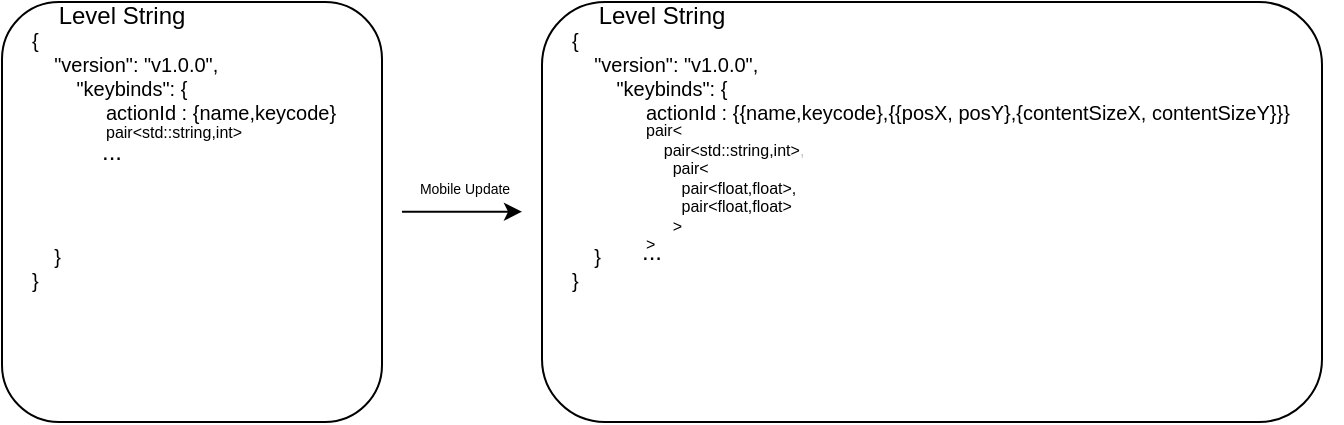
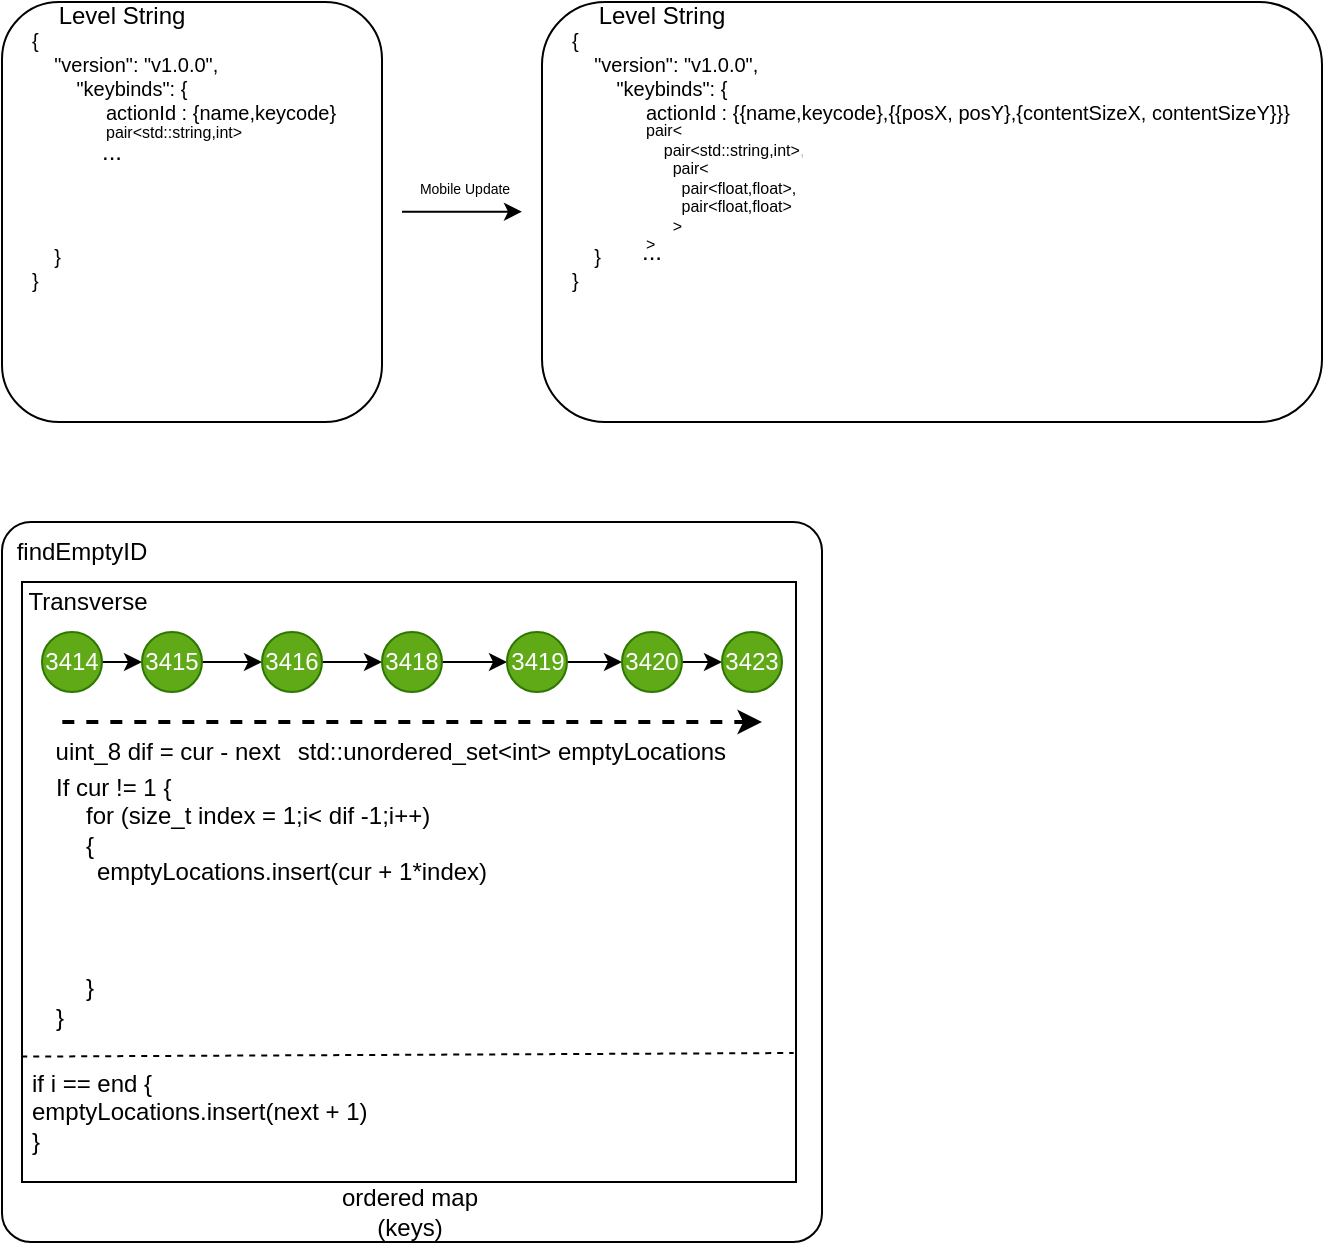
<mxfile host="65bd71144e">
    <diagram id="LaKSBwjnpNd_jynjfxF8" name="Page-1">
-         <mxGraphModel dx="487" dy="256" grid="1" gridSize="10" guides="1" tooltips="1" connect="1" arrows="1" fold="1" page="1" pageScale="1" pageWidth="850" pageHeight="1100" math="0" shadow="0">
+         <mxGraphModel dx="575" dy="303" grid="1" gridSize="10" guides="1" tooltips="1" connect="1" arrows="1" fold="1" page="1" pageScale="1" pageWidth="850" pageHeight="1100" math="0" shadow="0">
            <root>
                <mxCell id="0"/>
                <mxCell id="1" parent="0"/>
-                 <mxCell id="2" value="" style="rounded=1;whiteSpace=wrap;html=1;" vertex="1" parent="1">
+                 <mxCell id="2" value="" style="rounded=1;whiteSpace=wrap;html=1;" parent="1" vertex="1">
                    <mxGeometry x="260" y="100" width="190" height="210" as="geometry"/>
                </mxCell>
-                 <mxCell id="3" value="Level String" style="text;html=1;align=center;verticalAlign=middle;whiteSpace=wrap;rounded=0;" vertex="1" parent="1">
+                 <mxCell id="3" value="Level String" style="text;html=1;align=center;verticalAlign=middle;whiteSpace=wrap;rounded=0;" parent="1" vertex="1">
                    <mxGeometry x="270" y="102" width="100" height="10" as="geometry"/>
                </mxCell>
-                 <mxCell id="4" value="&lt;div&gt;&lt;font&gt;{&lt;/font&gt;&lt;/div&gt;&lt;div&gt;&lt;font&gt;&amp;nbsp; &amp;nbsp; &quot;version&quot;: &quot;v1.0.0&quot;,&lt;/font&gt;&lt;/div&gt;&lt;div&gt;&lt;font&gt;&amp;nbsp; &amp;nbsp; &amp;nbsp; &amp;nbsp; &quot;keybinds&quot;: {&lt;/font&gt;&lt;/div&gt;&lt;div&gt;&lt;font&gt;&lt;br&gt;&lt;/font&gt;&lt;/div&gt;&lt;div&gt;&lt;font&gt;&lt;br&gt;&lt;/font&gt;&lt;/div&gt;&lt;div&gt;&lt;font&gt;&lt;br&gt;&lt;/font&gt;&lt;/div&gt;&lt;div&gt;&lt;font&gt;&lt;br&gt;&lt;/font&gt;&lt;/div&gt;&lt;div&gt;&lt;font&gt;&lt;br&gt;&lt;/font&gt;&lt;/div&gt;&lt;div&gt;&lt;font&gt;&lt;br&gt;&lt;/font&gt;&lt;/div&gt;&lt;div&gt;&lt;font&gt;&amp;nbsp; &amp;nbsp; }&lt;/font&gt;&lt;/div&gt;&lt;div&gt;&lt;font&gt;}&lt;/font&gt;&lt;/div&gt;&lt;div&gt;&lt;font&gt;&amp;nbsp; &amp;nbsp; &amp;nbsp; &amp;nbsp; &amp;nbsp; &amp;nbsp;&amp;nbsp;&lt;/font&gt;&lt;/div&gt;" style="text;html=1;align=left;verticalAlign=middle;whiteSpace=wrap;rounded=0;fontColor=light-dark(#000000,#FFFFFF);fontSize=10;" vertex="1" parent="1">
+                 <mxCell id="4" value="&lt;div&gt;&lt;font&gt;{&lt;/font&gt;&lt;/div&gt;&lt;div&gt;&lt;font&gt;&amp;nbsp; &amp;nbsp; &quot;version&quot;: &quot;v1.0.0&quot;,&lt;/font&gt;&lt;/div&gt;&lt;div&gt;&lt;font&gt;&amp;nbsp; &amp;nbsp; &amp;nbsp; &amp;nbsp; &quot;keybinds&quot;: {&lt;/font&gt;&lt;/div&gt;&lt;div&gt;&lt;font&gt;&lt;br&gt;&lt;/font&gt;&lt;/div&gt;&lt;div&gt;&lt;font&gt;&lt;br&gt;&lt;/font&gt;&lt;/div&gt;&lt;div&gt;&lt;font&gt;&lt;br&gt;&lt;/font&gt;&lt;/div&gt;&lt;div&gt;&lt;font&gt;&lt;br&gt;&lt;/font&gt;&lt;/div&gt;&lt;div&gt;&lt;font&gt;&lt;br&gt;&lt;/font&gt;&lt;/div&gt;&lt;div&gt;&lt;font&gt;&lt;br&gt;&lt;/font&gt;&lt;/div&gt;&lt;div&gt;&lt;font&gt;&amp;nbsp; &amp;nbsp; }&lt;/font&gt;&lt;/div&gt;&lt;div&gt;&lt;font&gt;}&lt;/font&gt;&lt;/div&gt;&lt;div&gt;&lt;font&gt;&amp;nbsp; &amp;nbsp; &amp;nbsp; &amp;nbsp; &amp;nbsp; &amp;nbsp;&amp;nbsp;&lt;/font&gt;&lt;/div&gt;" style="text;html=1;align=left;verticalAlign=middle;whiteSpace=wrap;rounded=0;fontColor=light-dark(#000000,#FFFFFF);fontSize=10;" parent="1" vertex="1">
                    <mxGeometry x="272.5" y="180" width="165" height="10" as="geometry"/>
                </mxCell>
-                 <mxCell id="5" value="actionId : {name,keycode}" style="text;html=1;align=left;verticalAlign=middle;whiteSpace=wrap;rounded=0;fontSize=10;" vertex="1" parent="1">
+                 <mxCell id="5" value="actionId : {name,keycode}" style="text;html=1;align=left;verticalAlign=middle;whiteSpace=wrap;rounded=0;fontSize=10;" parent="1" vertex="1">
                    <mxGeometry x="310" y="150" width="155" height="10" as="geometry"/>
                </mxCell>
-                 <mxCell id="6" value="pair&amp;lt;std::string,int&amp;gt;" style="text;html=1;align=left;verticalAlign=middle;whiteSpace=wrap;rounded=0;fontSize=8;fontColor=light-dark(#000000,#999999);" vertex="1" parent="1">
+                 <mxCell id="6" value="pair&amp;lt;std::string,int&amp;gt;" style="text;html=1;align=left;verticalAlign=middle;whiteSpace=wrap;rounded=0;fontSize=8;fontColor=light-dark(#000000,#999999);" parent="1" vertex="1">
                    <mxGeometry x="310" y="160" width="155" height="10" as="geometry"/>
                </mxCell>
-                 <mxCell id="7" value="..." style="text;html=1;align=center;verticalAlign=middle;whiteSpace=wrap;rounded=0;" vertex="1" parent="1">
+                 <mxCell id="7" value="..." style="text;html=1;align=center;verticalAlign=middle;whiteSpace=wrap;rounded=0;" parent="1" vertex="1">
                    <mxGeometry x="310" y="160" width="10" height="30" as="geometry"/>
                </mxCell>
-                 <mxCell id="8" value="" style="endArrow=classic;html=1;" edge="1" parent="1">
+                 <mxCell id="8" value="" style="endArrow=classic;html=1;" parent="1" edge="1">
                    <mxGeometry width="50" height="50" relative="1" as="geometry">
                        <mxPoint x="460" y="204.85999999999999" as="sourcePoint"/>
                        <mxPoint x="520" y="204.85999999999999" as="targetPoint"/>
                    </mxGeometry>
                </mxCell>
-                 <mxCell id="9" value="Mobile Update" style="edgeLabel;html=1;align=center;verticalAlign=middle;resizable=0;points=[];fontSize=7;" vertex="1" connectable="0" parent="8">
+                 <mxCell id="9" value="Mobile Update" style="edgeLabel;html=1;align=center;verticalAlign=middle;resizable=0;points=[];fontSize=7;" parent="8" vertex="1" connectable="0">
                    <mxGeometry x="0.0143" relative="1" as="geometry">
                        <mxPoint y="-11" as="offset"/>
                    </mxGeometry>
                </mxCell>
-                 <mxCell id="10" value="" style="rounded=1;whiteSpace=wrap;html=1;" vertex="1" parent="1">
+                 <mxCell id="10" value="" style="rounded=1;whiteSpace=wrap;html=1;" parent="1" vertex="1">
                    <mxGeometry x="530" y="100" width="390" height="210" as="geometry"/>
                </mxCell>
-                 <mxCell id="11" value="Level String" style="text;html=1;align=center;verticalAlign=middle;whiteSpace=wrap;rounded=0;" vertex="1" parent="1">
+                 <mxCell id="11" value="Level String" style="text;html=1;align=center;verticalAlign=middle;whiteSpace=wrap;rounded=0;" parent="1" vertex="1">
                    <mxGeometry x="540" y="102" width="100" height="10" as="geometry"/>
                </mxCell>
-                 <mxCell id="12" value="&lt;div&gt;&lt;font&gt;{&lt;/font&gt;&lt;/div&gt;&lt;div&gt;&lt;font&gt;&amp;nbsp; &amp;nbsp; &quot;version&quot;: &quot;v1.0.0&quot;,&lt;/font&gt;&lt;/div&gt;&lt;div&gt;&lt;font&gt;&amp;nbsp; &amp;nbsp; &amp;nbsp; &amp;nbsp; &quot;keybinds&quot;: {&lt;/font&gt;&lt;/div&gt;&lt;div&gt;&lt;font&gt;&lt;br&gt;&lt;/font&gt;&lt;/div&gt;&lt;div&gt;&lt;font&gt;&lt;br&gt;&lt;/font&gt;&lt;/div&gt;&lt;div&gt;&lt;font&gt;&lt;br&gt;&lt;/font&gt;&lt;/div&gt;&lt;div&gt;&lt;font&gt;&lt;br&gt;&lt;/font&gt;&lt;/div&gt;&lt;div&gt;&lt;font&gt;&lt;br&gt;&lt;/font&gt;&lt;/div&gt;&lt;div&gt;&lt;font&gt;&lt;br&gt;&lt;/font&gt;&lt;/div&gt;&lt;div&gt;&lt;font&gt;&amp;nbsp; &amp;nbsp; }&lt;/font&gt;&lt;/div&gt;&lt;div&gt;&lt;font&gt;}&lt;/font&gt;&lt;/div&gt;&lt;div&gt;&lt;font&gt;&amp;nbsp; &amp;nbsp; &amp;nbsp; &amp;nbsp; &amp;nbsp; &amp;nbsp;&amp;nbsp;&lt;/font&gt;&lt;/div&gt;" style="text;html=1;align=left;verticalAlign=middle;whiteSpace=wrap;rounded=0;fontColor=light-dark(#000000,#FFFFFF);fontSize=10;" vertex="1" parent="1">
+                 <mxCell id="12" value="&lt;div&gt;&lt;font&gt;{&lt;/font&gt;&lt;/div&gt;&lt;div&gt;&lt;font&gt;&amp;nbsp; &amp;nbsp; &quot;version&quot;: &quot;v1.0.0&quot;,&lt;/font&gt;&lt;/div&gt;&lt;div&gt;&lt;font&gt;&amp;nbsp; &amp;nbsp; &amp;nbsp; &amp;nbsp; &quot;keybinds&quot;: {&lt;/font&gt;&lt;/div&gt;&lt;div&gt;&lt;font&gt;&lt;br&gt;&lt;/font&gt;&lt;/div&gt;&lt;div&gt;&lt;font&gt;&lt;br&gt;&lt;/font&gt;&lt;/div&gt;&lt;div&gt;&lt;font&gt;&lt;br&gt;&lt;/font&gt;&lt;/div&gt;&lt;div&gt;&lt;font&gt;&lt;br&gt;&lt;/font&gt;&lt;/div&gt;&lt;div&gt;&lt;font&gt;&lt;br&gt;&lt;/font&gt;&lt;/div&gt;&lt;div&gt;&lt;font&gt;&lt;br&gt;&lt;/font&gt;&lt;/div&gt;&lt;div&gt;&lt;font&gt;&amp;nbsp; &amp;nbsp; }&lt;/font&gt;&lt;/div&gt;&lt;div&gt;&lt;font&gt;}&lt;/font&gt;&lt;/div&gt;&lt;div&gt;&lt;font&gt;&amp;nbsp; &amp;nbsp; &amp;nbsp; &amp;nbsp; &amp;nbsp; &amp;nbsp;&amp;nbsp;&lt;/font&gt;&lt;/div&gt;" style="text;html=1;align=left;verticalAlign=middle;whiteSpace=wrap;rounded=0;fontColor=light-dark(#000000,#FFFFFF);fontSize=10;" parent="1" vertex="1">
                    <mxGeometry x="542.5" y="180" width="165" height="10" as="geometry"/>
                </mxCell>
-                 <mxCell id="13" value="..." style="text;html=1;align=center;verticalAlign=middle;whiteSpace=wrap;rounded=0;" vertex="1" parent="1">
+                 <mxCell id="13" value="..." style="text;html=1;align=center;verticalAlign=middle;whiteSpace=wrap;rounded=0;" parent="1" vertex="1">
                    <mxGeometry x="580" y="210" width="10" height="30" as="geometry"/>
                </mxCell>
-                 <mxCell id="14" value="actionId : {{name,keycode},{{posX, posY},{contentSizeX, contentSizeY}}}" style="text;html=1;align=left;verticalAlign=middle;whiteSpace=wrap;rounded=0;fontSize=10;" vertex="1" parent="1">
+                 <mxCell id="14" value="actionId : {{name,keycode},{{posX, posY},{contentSizeX, contentSizeY}}}" style="text;html=1;align=left;verticalAlign=middle;whiteSpace=wrap;rounded=0;fontSize=10;" parent="1" vertex="1">
                    <mxGeometry x="580" y="150" width="350" height="10" as="geometry"/>
                </mxCell>
-                 <mxCell id="15" value="&lt;font style=&quot;color: light-dark(rgb(0, 0, 0), rgb(102, 102, 102));&quot;&gt;pair&amp;lt;&lt;/font&gt;&lt;div&gt;&lt;font style=&quot;color: light-dark(rgb(0, 0, 0), rgb(102, 102, 102));&quot;&gt;&amp;nbsp; &amp;nbsp; pair&amp;lt;std::string,int&amp;gt;&lt;span style=&quot;background-color: transparent; color: rgb(192, 192, 192);&quot;&gt;,&lt;/span&gt;&lt;/font&gt;&lt;/div&gt;&lt;div&gt;&lt;span style=&quot;background-color: transparent; color: rgb(192, 192, 192);&quot;&gt;&lt;font style=&quot;color: light-dark(rgb(0, 0, 0), rgb(102, 102, 102));&quot;&gt;&amp;nbsp; &amp;nbsp; &amp;nbsp; pair&amp;lt;&lt;/font&gt;&lt;/span&gt;&lt;/div&gt;&lt;div&gt;&lt;span style=&quot;background-color: transparent; color: rgb(192, 192, 192);&quot;&gt;&lt;font style=&quot;color: light-dark(rgb(0, 0, 0), rgb(102, 102, 102));&quot;&gt;&amp;nbsp; &amp;nbsp; &amp;nbsp; &amp;nbsp; pair&amp;lt;float,float&amp;gt;,&lt;/font&gt;&lt;/span&gt;&lt;/div&gt;&lt;div&gt;&lt;span style=&quot;background-color: transparent; color: rgb(153, 153, 153);&quot;&gt;&lt;font style=&quot;color: light-dark(rgb(0, 0, 0), rgb(102, 102, 102));&quot;&gt;&amp;nbsp; &amp;nbsp; &amp;nbsp; &amp;nbsp; pair&amp;lt;float,float&amp;gt;&lt;/font&gt;&lt;/span&gt;&lt;/div&gt;&lt;div&gt;&lt;span style=&quot;background-color: transparent; color: rgb(192, 192, 192);&quot;&gt;&lt;font style=&quot;color: light-dark(rgb(0, 0, 0), rgb(102, 102, 102));&quot;&gt;&amp;nbsp; &amp;nbsp; &amp;nbsp; &amp;gt;&lt;/font&gt;&lt;/span&gt;&lt;/div&gt;&lt;div&gt;&lt;span style=&quot;background-color: transparent; color: rgb(192, 192, 192);&quot;&gt;&lt;font style=&quot;color: light-dark(rgb(0, 0, 0), rgb(102, 102, 102));&quot;&gt;&amp;gt;&lt;/font&gt;&lt;/span&gt;&lt;/div&gt;" style="text;html=1;align=left;verticalAlign=middle;whiteSpace=wrap;rounded=0;fontSize=8;fontColor=light-dark(#000000,#999999);" vertex="1" parent="1">
+                 <mxCell id="15" value="&lt;font style=&quot;color: light-dark(rgb(0, 0, 0), rgb(102, 102, 102));&quot;&gt;pair&amp;lt;&lt;/font&gt;&lt;div&gt;&lt;font style=&quot;color: light-dark(rgb(0, 0, 0), rgb(102, 102, 102));&quot;&gt;&amp;nbsp; &amp;nbsp; pair&amp;lt;std::string,int&amp;gt;&lt;span style=&quot;background-color: transparent; color: rgb(192, 192, 192);&quot;&gt;,&lt;/span&gt;&lt;/font&gt;&lt;/div&gt;&lt;div&gt;&lt;span style=&quot;background-color: transparent; color: rgb(192, 192, 192);&quot;&gt;&lt;font style=&quot;color: light-dark(rgb(0, 0, 0), rgb(102, 102, 102));&quot;&gt;&amp;nbsp; &amp;nbsp; &amp;nbsp; pair&amp;lt;&lt;/font&gt;&lt;/span&gt;&lt;/div&gt;&lt;div&gt;&lt;span style=&quot;background-color: transparent; color: rgb(192, 192, 192);&quot;&gt;&lt;font style=&quot;color: light-dark(rgb(0, 0, 0), rgb(102, 102, 102));&quot;&gt;&amp;nbsp; &amp;nbsp; &amp;nbsp; &amp;nbsp; pair&amp;lt;float,float&amp;gt;,&lt;/font&gt;&lt;/span&gt;&lt;/div&gt;&lt;div&gt;&lt;span style=&quot;background-color: transparent; color: rgb(153, 153, 153);&quot;&gt;&lt;font style=&quot;color: light-dark(rgb(0, 0, 0), rgb(102, 102, 102));&quot;&gt;&amp;nbsp; &amp;nbsp; &amp;nbsp; &amp;nbsp; pair&amp;lt;float,float&amp;gt;&lt;/font&gt;&lt;/span&gt;&lt;/div&gt;&lt;div&gt;&lt;span style=&quot;background-color: transparent; color: rgb(192, 192, 192);&quot;&gt;&lt;font style=&quot;color: light-dark(rgb(0, 0, 0), rgb(102, 102, 102));&quot;&gt;&amp;nbsp; &amp;nbsp; &amp;nbsp; &amp;gt;&lt;/font&gt;&lt;/span&gt;&lt;/div&gt;&lt;div&gt;&lt;span style=&quot;background-color: transparent; color: rgb(192, 192, 192);&quot;&gt;&lt;font style=&quot;color: light-dark(rgb(0, 0, 0), rgb(102, 102, 102));&quot;&gt;&amp;gt;&lt;/font&gt;&lt;/span&gt;&lt;/div&gt;" style="text;html=1;align=left;verticalAlign=middle;whiteSpace=wrap;rounded=0;fontSize=8;fontColor=light-dark(#000000,#999999);" parent="1" vertex="1">
                    <mxGeometry x="580" y="163" width="155" height="60" as="geometry"/>
+                 </mxCell>
+                 <mxCell id="16" value="" style="rounded=1;whiteSpace=wrap;html=1;arcSize=4;" vertex="1" parent="1">
+                     <mxGeometry x="260" y="360" width="410" height="360" as="geometry"/>
+                 </mxCell>
+                 <mxCell id="17" value="findEmptyID" style="text;html=1;align=center;verticalAlign=middle;whiteSpace=wrap;rounded=0;" vertex="1" parent="1">
+                     <mxGeometry x="270" y="360" width="60" height="30" as="geometry"/>
+                 </mxCell>
+                 <mxCell id="19" value="" style="rounded=0;whiteSpace=wrap;html=1;" vertex="1" parent="1">
+                     <mxGeometry x="270" y="390" width="387" height="300" as="geometry"/>
+                 </mxCell>
+                 <mxCell id="20" value="ordered map (keys)" style="text;html=1;align=center;verticalAlign=middle;whiteSpace=wrap;rounded=0;" vertex="1" parent="1">
+                     <mxGeometry x="423.5" y="690" width="80" height="30" as="geometry"/>
+                 </mxCell>
+                 <mxCell id="30" style="edgeStyle=none;html=1;" edge="1" parent="1" source="22" target="23">
+                     <mxGeometry relative="1" as="geometry"/>
+                 </mxCell>
+                 <mxCell id="22" value="3414" style="ellipse;whiteSpace=wrap;html=1;aspect=fixed;fillColor=#60a917;fontColor=#ffffff;strokeColor=#2D7600;" vertex="1" parent="1">
+                     <mxGeometry x="280" y="415" width="30" height="30" as="geometry"/>
+                 </mxCell>
+                 <mxCell id="31" style="edgeStyle=none;html=1;" edge="1" parent="1" source="23" target="24">
+                     <mxGeometry relative="1" as="geometry"/>
+                 </mxCell>
+                 <mxCell id="23" value="3415" style="ellipse;whiteSpace=wrap;html=1;aspect=fixed;fillColor=#60a917;fontColor=#ffffff;strokeColor=#2D7600;" vertex="1" parent="1">
+                     <mxGeometry x="330" y="415" width="30" height="30" as="geometry"/>
+                 </mxCell>
+                 <mxCell id="32" style="edgeStyle=none;html=1;" edge="1" parent="1" source="24" target="25">
+                     <mxGeometry relative="1" as="geometry"/>
+                 </mxCell>
+                 <mxCell id="24" value="3416" style="ellipse;whiteSpace=wrap;html=1;aspect=fixed;fillColor=#60a917;fontColor=#ffffff;strokeColor=#2D7600;" vertex="1" parent="1">
+                     <mxGeometry x="390" y="415" width="30" height="30" as="geometry"/>
+                 </mxCell>
+                 <mxCell id="33" style="edgeStyle=none;html=1;" edge="1" parent="1" source="25" target="26">
+                     <mxGeometry relative="1" as="geometry"/>
+                 </mxCell>
+                 <mxCell id="25" value="3418" style="ellipse;whiteSpace=wrap;html=1;aspect=fixed;fillColor=#60a917;fontColor=#ffffff;strokeColor=#2D7600;" vertex="1" parent="1">
+                     <mxGeometry x="450" y="415" width="30" height="30" as="geometry"/>
+                 </mxCell>
+                 <mxCell id="34" style="edgeStyle=none;html=1;" edge="1" parent="1" source="26" target="27">
+                     <mxGeometry relative="1" as="geometry"/>
+                 </mxCell>
+                 <mxCell id="26" value="3419" style="ellipse;whiteSpace=wrap;html=1;aspect=fixed;fillColor=#60a917;fontColor=#ffffff;strokeColor=#2D7600;" vertex="1" parent="1">
+                     <mxGeometry x="512.5" y="415" width="30" height="30" as="geometry"/>
+                 </mxCell>
+                 <mxCell id="35" style="edgeStyle=none;html=1;" edge="1" parent="1" source="27" target="28">
+                     <mxGeometry relative="1" as="geometry"/>
+                 </mxCell>
+                 <mxCell id="27" value="3420" style="ellipse;whiteSpace=wrap;html=1;aspect=fixed;fillColor=#60a917;fontColor=#ffffff;strokeColor=#2D7600;" vertex="1" parent="1">
+                     <mxGeometry x="570" y="415" width="30" height="30" as="geometry"/>
+                 </mxCell>
+                 <mxCell id="28" value="3423" style="ellipse;whiteSpace=wrap;html=1;aspect=fixed;fillColor=#60a917;fontColor=#ffffff;strokeColor=#2D7600;" vertex="1" parent="1">
+                     <mxGeometry x="620" y="415" width="30" height="30" as="geometry"/>
+                 </mxCell>
+                 <mxCell id="37" value="" style="endArrow=classic;html=1;exitX=0.052;exitY=0.778;exitDx=0;exitDy=0;exitPerimeter=0;entryX=0.956;entryY=0.778;entryDx=0;entryDy=0;entryPerimeter=0;dashed=1;strokeWidth=2;" edge="1" parent="1">
+                     <mxGeometry width="50" height="50" relative="1" as="geometry">
+                         <mxPoint x="290.1539999999999" y="459.9999999999999" as="sourcePoint"/>
+                         <mxPoint x="640.002" y="459.9999999999999" as="targetPoint"/>
+                     </mxGeometry>
+                 </mxCell>
+                 <mxCell id="39" value="uint_8 dif = cur - next" style="text;html=1;align=center;verticalAlign=middle;whiteSpace=wrap;rounded=0;" vertex="1" parent="1">
+                     <mxGeometry x="272.5" y="460" width="140" height="30" as="geometry"/>
+                 </mxCell>
+                 <mxCell id="40" value="If cur != 1 {&lt;div&gt;&lt;br&gt;&lt;/div&gt;&lt;div&gt;&lt;br&gt;&lt;/div&gt;&lt;div&gt;&lt;br&gt;&lt;/div&gt;&lt;div&gt;&lt;br&gt;&lt;/div&gt;&lt;div&gt;&lt;br&gt;&lt;/div&gt;&lt;div&gt;&lt;br&gt;&lt;/div&gt;&lt;div&gt;&lt;br&gt;&lt;/div&gt;&lt;div&gt;}&lt;/div&gt;" style="text;html=1;align=left;verticalAlign=middle;whiteSpace=wrap;rounded=0;" vertex="1" parent="1">
+                     <mxGeometry x="285" y="535" width="140" height="30" as="geometry"/>
+                 </mxCell>
+                 <mxCell id="41" value="std::unordered_set&amp;lt;int&amp;gt; emptyLocations" style="text;html=1;align=center;verticalAlign=middle;whiteSpace=wrap;rounded=0;" vertex="1" parent="1">
+                     <mxGeometry x="400" y="460" width="230" height="30" as="geometry"/>
+                 </mxCell>
+                 <mxCell id="42" value="for (size_t index = 1;i&amp;lt; dif -1;i++)&lt;div&gt;{&lt;/div&gt;&lt;div&gt;&lt;br&gt;&lt;/div&gt;&lt;div&gt;&lt;br&gt;&lt;/div&gt;&lt;div&gt;&lt;br&gt;&lt;/div&gt;&lt;div&gt;&lt;br&gt;&lt;/div&gt;&lt;div&gt;}&lt;/div&gt;" style="text;html=1;align=left;verticalAlign=middle;whiteSpace=wrap;rounded=0;" vertex="1" parent="1">
+                     <mxGeometry x="300" y="535" width="190" height="30" as="geometry"/>
+                 </mxCell>
+                 <mxCell id="43" value="emptyLocations.insert(cur + 1*index)" style="text;html=1;align=center;verticalAlign=middle;whiteSpace=wrap;rounded=0;" vertex="1" parent="1">
+                     <mxGeometry x="290" y="520" width="230" height="30" as="geometry"/>
+                 </mxCell>
+                 <mxCell id="44" value="Transverse" style="text;html=1;align=center;verticalAlign=middle;whiteSpace=wrap;rounded=0;" vertex="1" parent="1">
+                     <mxGeometry x="272.5" y="385" width="60" height="30" as="geometry"/>
+                 </mxCell>
+                 <mxCell id="45" value="&lt;font style=&quot;color: light-dark(rgb(0, 0, 0), rgb(255, 255, 255));&quot;&gt;if i == end {&lt;/font&gt;&lt;div&gt;&lt;font style=&quot;color: light-dark(rgb(0, 0, 0), rgb(255, 255, 255));&quot;&gt;emptyLocations.insert(next + 1)&lt;br&gt;&lt;/font&gt;&lt;div&gt;&lt;font style=&quot;color: light-dark(rgb(0, 0, 0), rgb(255, 255, 255));&quot;&gt;}&lt;/font&gt;&lt;/div&gt;&lt;/div&gt;" style="text;html=1;align=left;verticalAlign=middle;whiteSpace=wrap;rounded=0;" vertex="1" parent="1">
+                     <mxGeometry x="272.5" y="640" width="257.5" height="30" as="geometry"/>
+                 </mxCell>
+                 <mxCell id="46" value="" style="endArrow=none;dashed=1;html=1;exitX=-0.001;exitY=0.791;exitDx=0;exitDy=0;exitPerimeter=0;entryX=0.997;entryY=0.785;entryDx=0;entryDy=0;entryPerimeter=0;" edge="1" parent="1" source="19" target="19">
+                     <mxGeometry width="50" height="50" relative="1" as="geometry">
+                         <mxPoint x="320" y="650" as="sourcePoint"/>
+                         <mxPoint x="370" y="600" as="targetPoint"/>
+                     </mxGeometry>
                </mxCell>
            </root>
        </mxGraphModel>
    </diagram>
</mxfile>